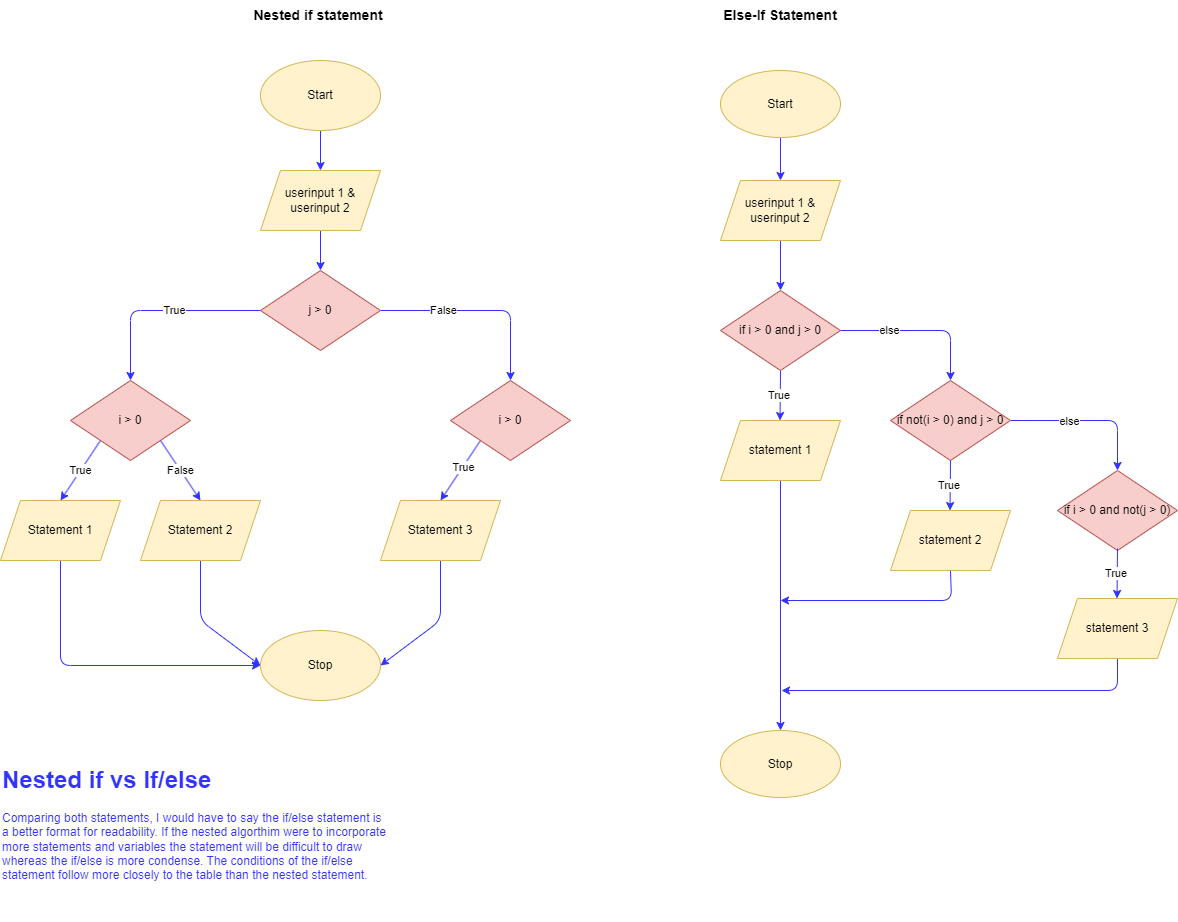
This is main.png from ipivanparra/Algorithm-4-1, a draw.io export, as it was before one commit. Source tidied: cells renumbered, new cells last; positions are measured from the earlier drawing's top-left corner, leaving out a move shared by most shapes.
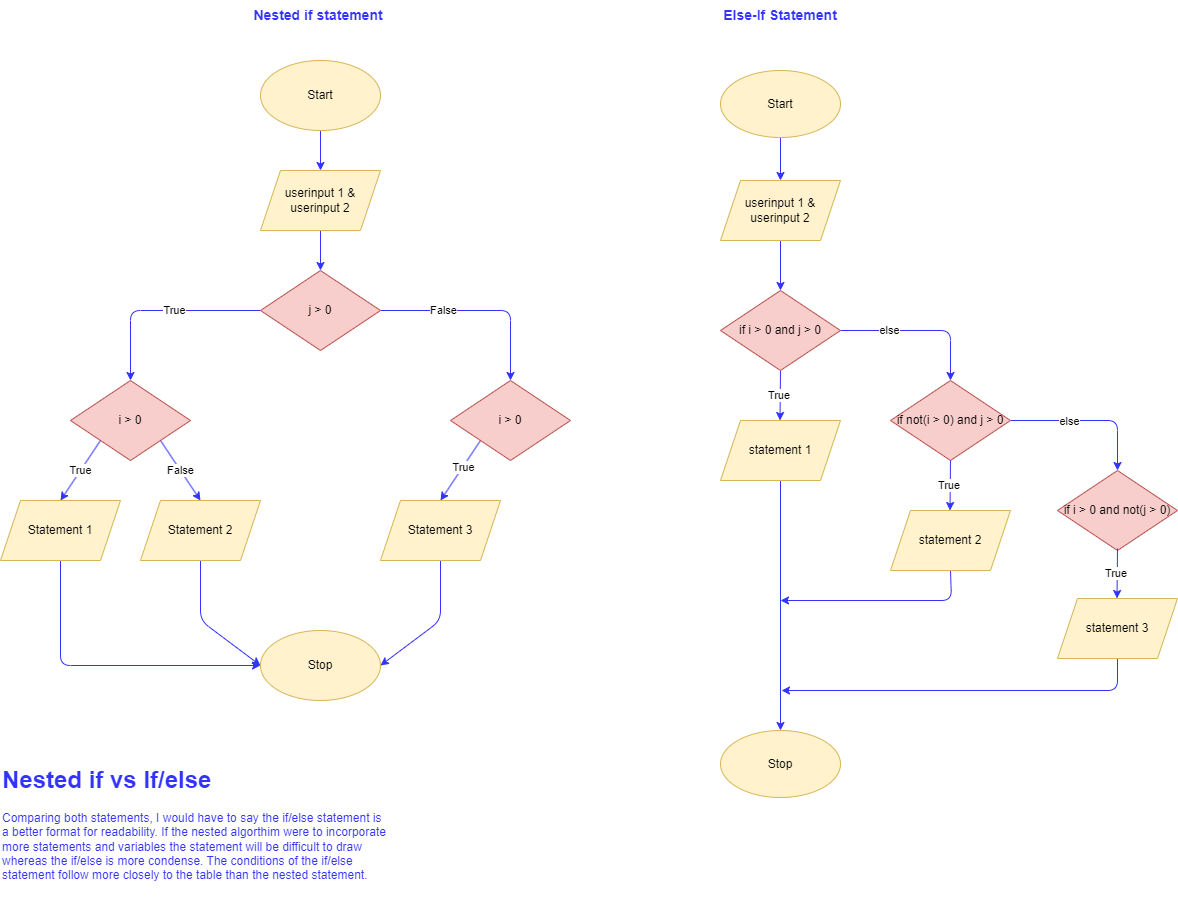
After the change.

Diff of the diagram source:
```diff
@@ -84,7 +84,7 @@
     <mxCell id="21" value="Statement 3" style="shape=parallelogram;perimeter=parallelogramPerimeter;whiteSpace=wrap;html=1;fixedSize=1;fillColor=#fff2cc;strokeColor=#d6b656;" parent="1" vertex="1">
       <mxGeometry x="380" y="500" width="120" height="60" as="geometry" />
     </mxCell>
-    <mxCell id="22" value="Nested if statement&amp;nbsp;" style="text;html=1;align=center;verticalAlign=middle;whiteSpace=wrap;rounded=0;fontStyle=1;fontSize=14;" parent="1" vertex="1">
+    <mxCell id="22" value="Nested if statement&amp;nbsp;" style="text;html=1;align=center;verticalAlign=middle;whiteSpace=wrap;rounded=0;fontStyle=1;fontSize=14;fontColor=#3333FF;" parent="1" vertex="1">
       <mxGeometry x="250" width="140" height="30" as="geometry" />
     </mxCell>
     <mxCell id="23" value="j &amp;gt; 0" style="rhombus;whiteSpace=wrap;html=1;fillColor=#f8cecc;strokeColor=#b85450;" parent="1" vertex="1">
@@ -181,7 +181,7 @@
     <mxCell id="44" value="Stop" style="ellipse;whiteSpace=wrap;html=1;fillColor=#fff2cc;strokeColor=#d6b656;" parent="1" vertex="1">
       <mxGeometry x="720" y="730" width="120" height="67" as="geometry" />
     </mxCell>
-    <mxCell id="45" value="Else-If Statement" style="text;html=1;align=center;verticalAlign=middle;whiteSpace=wrap;rounded=0;fontStyle=1;fontSize=14;" parent="1" vertex="1">
+    <mxCell id="45" value="Else-If Statement" style="text;html=1;align=center;verticalAlign=middle;whiteSpace=wrap;rounded=0;fontStyle=1;fontSize=14;fontColor=#3333FF;" parent="1" vertex="1">
       <mxGeometry x="720" width="120" height="30" as="geometry" />
     </mxCell>
     <mxCell id="46" value="&lt;h1 style=&quot;margin-top: 0px;&quot;&gt;&lt;font style=&quot;color: rgb(51, 51, 255);&quot;&gt;Nested if vs If/else&lt;/font&gt;&lt;/h1&gt;&lt;p&gt;&lt;font style=&quot;color: rgb(51, 51, 255);&quot;&gt;Comparing both statements, I would have to say the if/else statement is a better format for readability. If the nested algorthim were to incorporate more statements and variables the statement will be difficult to draw whereas the if/else is more condense. The conditions of the if/else statement follow more closely to the table than the nested statement.&amp;nbsp;&lt;/font&gt;&lt;/p&gt;" style="text;html=1;whiteSpace=wrap;overflow=hidden;rounded=0;fontColor=#3333FF;" parent="1" vertex="1">
```
